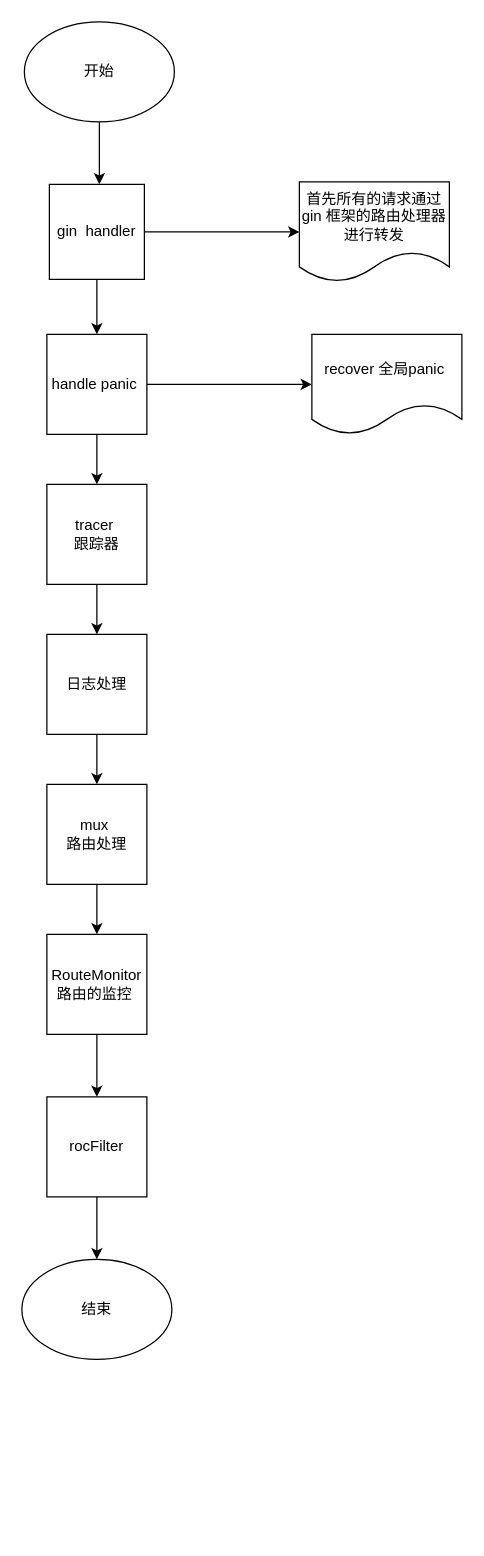
Earlier version of the draw.io diagram 20210329/Untitled Diagram.drawio (193792768lyw/study-2021). Source tidied: cells renumbered, new cells numbered last; positions are measured from the earlier drawing's top-left corner, leaving out a move shared by most shapes. Both pictures are drawn from the tidied source at 125%, with x=0, y=0 at pixel (21, 21).
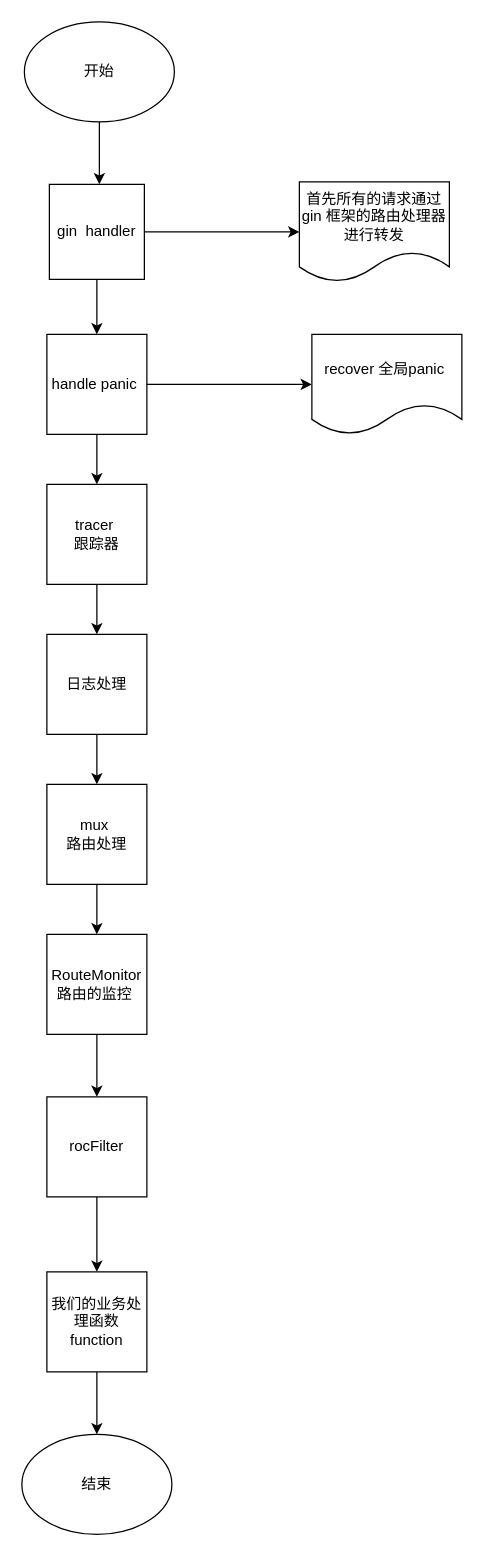
Above is the later version.

The change refers to these unchanged cells:
```xml
<mxCell id="20" value="rocFilter" style="whiteSpace=wrap;html=1;" parent="1" vertex="1">
  <mxGeometry x="20" y="860" width="80" height="80" as="geometry" />
</mxCell>
```

Diff of the diagram source:
```diff
@@
-    <mxCell id="19" style="edgeStyle=orthogonalEdgeStyle;rounded=0;jettySize=auto;html=1;exitX=0.5;exitY=1;exitDx=0;exitDy=0;entryX=0.5;entryY=0;entryDx=0;entryDy=0;" parent="1" edge="1" source="20" target="21">
-      <mxGeometry relative="1" as="geometry" />
-    </mxCell>
+    <mxCell id="23" style="edgeStyle=orthogonalEdgeStyle;rounded=0;jettySize=auto;html=1;exitX=0.5;exitY=1;exitDx=0;exitDy=0;" parent="1" edge="1" source="20" target="25">
+      <mxGeometry relative="1" as="geometry" />
+    </mxCell>
@@
     <mxCell id="21" value="结束" style="ellipse;whiteSpace=wrap;html=1;" parent="1" vertex="1">
-      <mxGeometry y="990" width="120" height="80" as="geometry" />
+      <mxGeometry y="1130" width="120" height="80" as="geometry" />
     </mxCell>
@@
+    <mxCell id="24" style="edgeStyle=orthogonalEdgeStyle;rounded=0;jettySize=auto;html=1;exitX=0.5;exitY=1;exitDx=0;exitDy=0;entryX=0.5;entryY=0;entryDx=0;entryDy=0;" parent="1" edge="1" source="25" target="21">
+      <mxGeometry relative="1" as="geometry" />
+    </mxCell>
+    <mxCell id="25" value="我们的业务处理函数&lt;br&gt;function" style="whiteSpace=wrap;html=1;" parent="1" vertex="1">
+      <mxGeometry x="20" y="1000" width="80" height="80" as="geometry" />
+    </mxCell>
```
